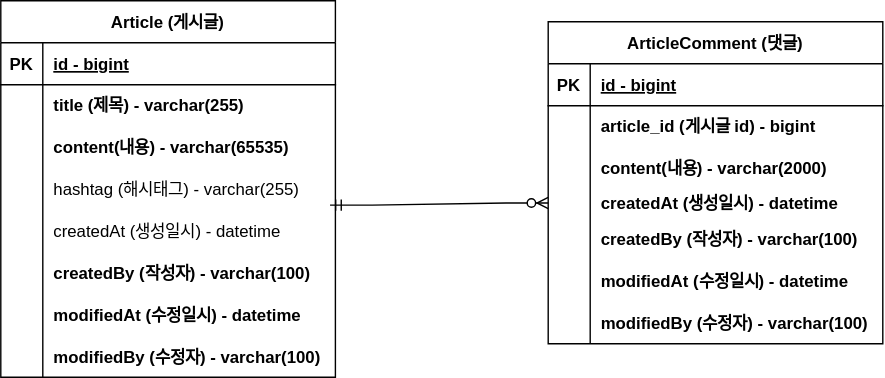
This is document/board-erd.svg from sagong0/fc-board-project, a draw.io export, as it was before one commit. Source tidied: cells renumbered, new cells last; positions are measured from the earlier drawing's top-left corner, leaving out a move shared by most shapes.
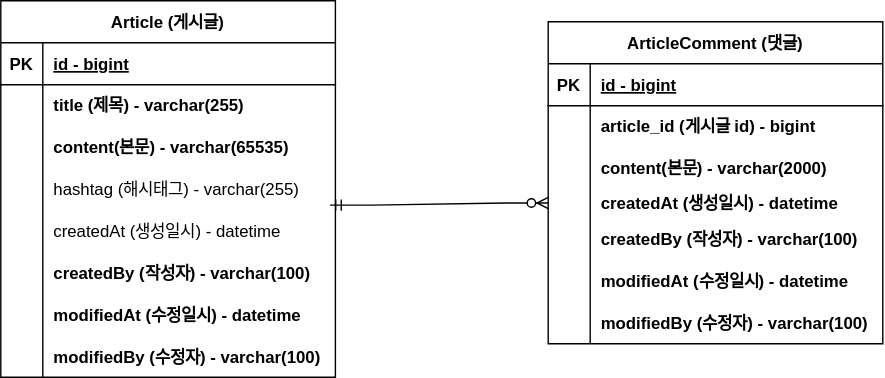
After the change.

Commit message:
#8 - ERD 주석 업데이트

Change to the diagram source:
```diff
@@ -29,7 +29,7 @@
     <mxCell id="10" style="shape=partialRectangle;overflow=hidden;fillColor=none;top=0;left=0;bottom=0;right=0;" parent="9" vertex="1">
       <mxGeometry width="30" height="30" as="geometry" />
     </mxCell>
-    <mxCell id="11" value="content(내용) - varchar(65535)" style="shape=partialRectangle;overflow=hidden;fillColor=none;top=0;left=0;bottom=0;right=0;align=left;spacingLeft=6;fontStyle=1;" parent="9" vertex="1">
+    <mxCell id="11" value="content(본문) - varchar(65535)" style="shape=partialRectangle;overflow=hidden;fillColor=none;top=0;left=0;bottom=0;right=0;align=left;spacingLeft=6;fontStyle=1;" parent="9" vertex="1">
       <mxGeometry x="30" width="209" height="30" as="geometry" />
     </mxCell>
     <mxCell id="12" style="shape=partialRectangle;fillColor=none;top=0;left=0;right=0;bottom=0;" parent="2" vertex="1">
@@ -107,7 +107,7 @@
     <mxCell id="36" style="shape=partialRectangle;overflow=hidden;fillColor=none;top=0;left=0;bottom=0;right=0;" parent="35" vertex="1">
       <mxGeometry width="30" height="30" as="geometry" />
     </mxCell>
-    <mxCell id="37" value="content(내용) - varchar(2000)" style="shape=partialRectangle;overflow=hidden;fillColor=none;top=0;left=0;bottom=0;right=0;align=left;spacingLeft=6;fontStyle=1;" parent="35" vertex="1">
+    <mxCell id="37" value="content(본문) - varchar(2000)" style="shape=partialRectangle;overflow=hidden;fillColor=none;top=0;left=0;bottom=0;right=0;align=left;spacingLeft=6;fontStyle=1;" parent="35" vertex="1">
       <mxGeometry x="30" width="209" height="30" as="geometry" />
     </mxCell>
     <mxCell id="38" style="shape=partialRectangle;fillColor=none;points=[[0,0.5],[1,0.5]];portConstraint=eastwest;top=0;left=0;right=0;bottom=0;" parent="28" vertex="1">
```
